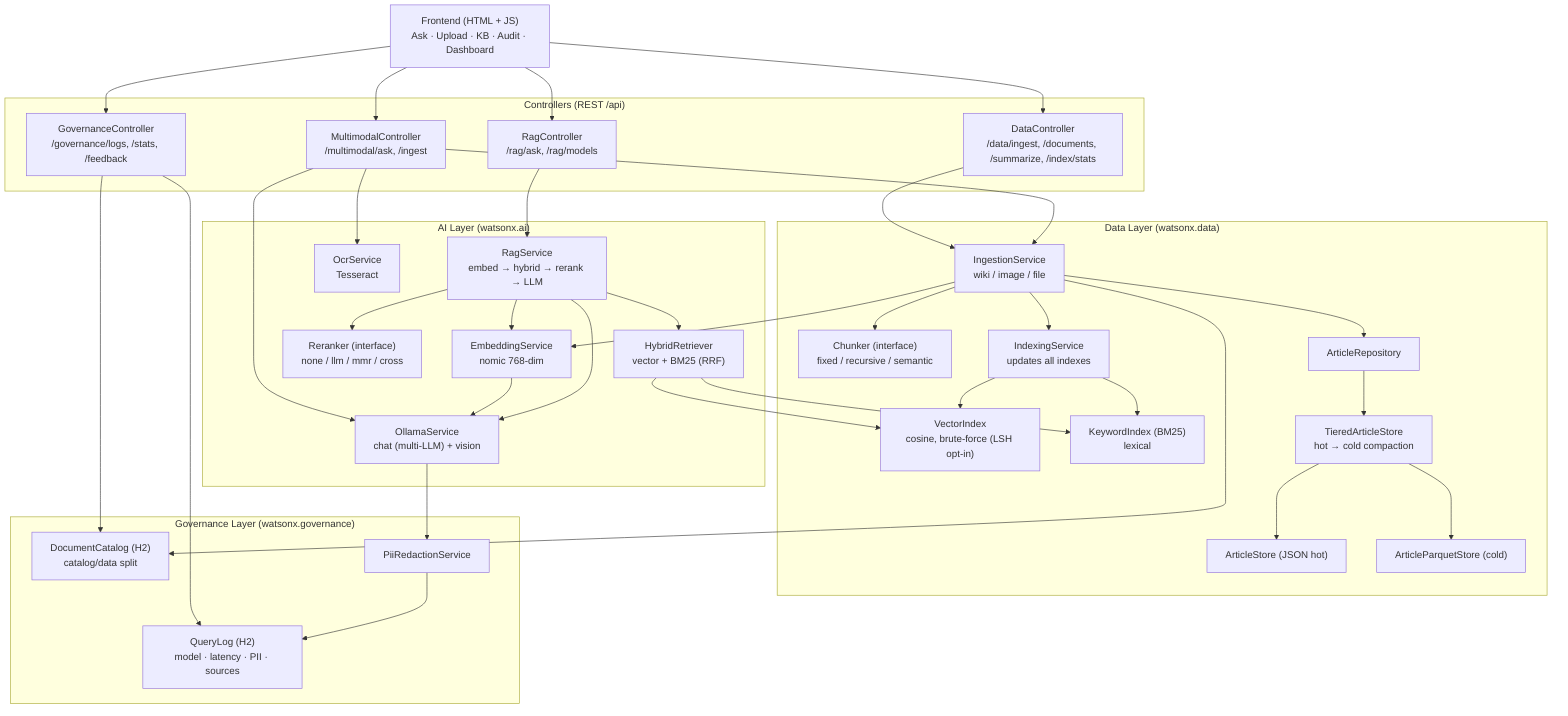
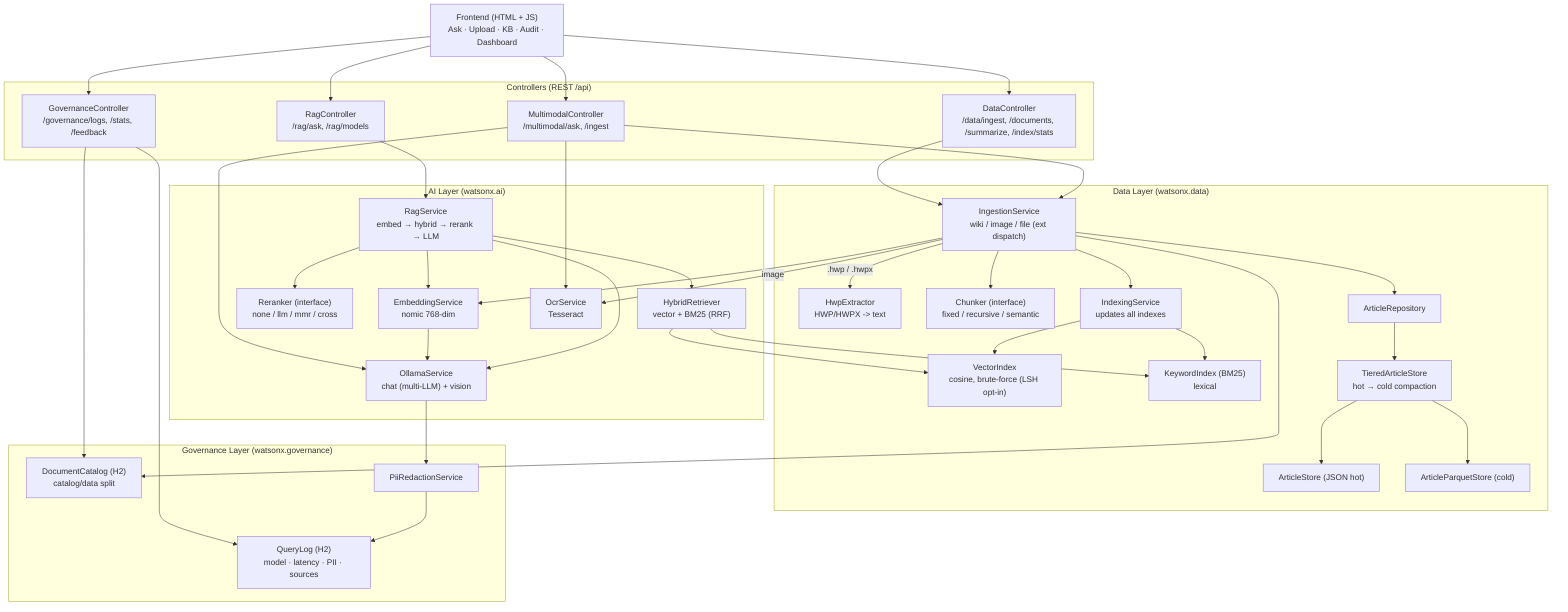
%% MiniWatson — Component Architecture
flowchart TB
    UI["Frontend (HTML + JS)<br/>Ask · Upload · KB · Audit · Dashboard"]

    subgraph CTRL["Controllers (REST /api)"]
        RC["RagController<br/>/rag/ask, /rag/models"]
        DC["DataController<br/>/data/ingest, /documents, /summarize, /index/stats"]
        MC["MultimodalController<br/>/multimodal/ask, /ingest"]
        GC["GovernanceController<br/>/governance/logs, /stats, /feedback"]
    end

    subgraph AI["AI Layer (watsonx.ai)"]
        RAG["RagService<br/>embed → hybrid → rerank → LLM"]
        HR["HybridRetriever<br/>vector + BM25 (RRF)"]
        RR["Reranker (interface)<br/>none / llm / mmr / cross"]
        EMB["EmbeddingService<br/>nomic 768-dim"]
        OLL["OllamaService<br/>chat (multi-LLM) + vision"]
        OCR["OcrService<br/>Tesseract"]
    end

    subgraph DATA["Data Layer (watsonx.data)"]
-         ING["IngestionService<br/>wiki / image / file"]
+         ING["IngestionService<br/>wiki / image / file (ext dispatch)"]
+         HWP["HwpExtractor<br/>HWP/HWPX -> text"]
        CHK["Chunker (interface)<br/>fixed / recursive / semantic"]
        IDX["IndexingService<br/>updates all indexes"]
        VEC["VectorIndex<br/>cosine, brute-force (LSH opt-in)"]
        KW["KeywordIndex (BM25)<br/>lexical"]
        REPO["ArticleRepository"]
        HOT["ArticleStore (JSON hot)"]
        COLD["ArticleParquetStore (cold)"]
        TIER["TieredArticleStore<br/>hot → cold compaction"]
    end

    subgraph GOV["Governance Layer (watsonx.governance)"]
        QLOG["QueryLog (H2)<br/>model · latency · PII · sources"]
        CAT["DocumentCatalog (H2)<br/>catalog/data split"]
        PII["PiiRedactionService"]
    end

    UI --> RC & DC & MC & GC
    RC --> RAG
    DC --> ING
    MC --> OLL & OCR & ING
    GC --> QLOG & CAT

    RAG --> EMB --> OLL
    RAG --> HR --> VEC & KW
    RAG --> RR
    RAG --> OLL
    OLL --> PII --> QLOG

+     ING -->|".hwp / .hwpx"| HWP
+     ING -->|"image"| OCR
    ING --> CHK
    ING --> EMB
    ING --> IDX --> VEC & KW
    ING --> REPO
    ING --> CAT

    REPO --> TIER --> HOT & COLD
